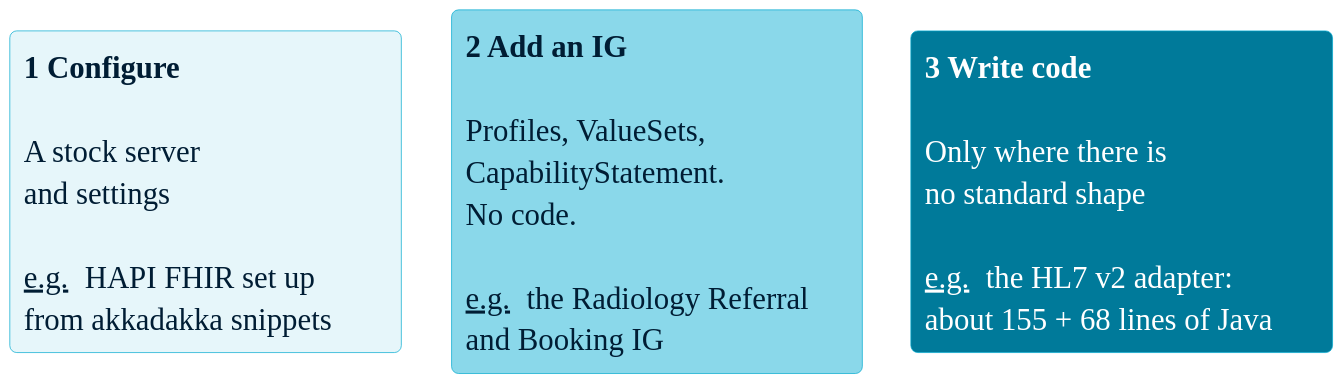
This is 2026-10-29/2-FHIR-For-Services/slides/diagrams/effort-levels.svg from aehrc/qh-connectathon, a PlantUML export, as it was before one commit.
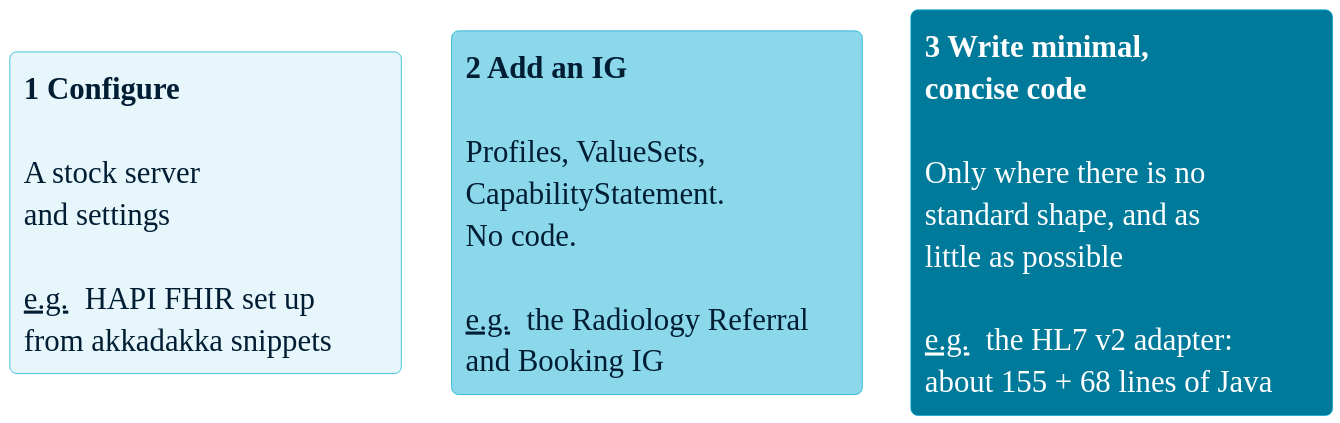
After the change.

Commit message:
slides: level 3 is 'Write minimal, concise code'

Diff of the diagram source:
```diff
@@ -4,7 +4,7 @@
 
 rectangle "**1  Configure**\n\nA stock server\nand settings\n\n__e.g.__ HAPI FHIR set up\nfrom akkadakka snippets" as K1 #$L1
 rectangle "**2  Add an IG**\n\nProfiles, ValueSets,\nCapabilityStatement.\nNo code.\n\n__e.g.__ the Radiology Referral\nand Booking IG" as K2 #$L2
-rectangle "<color:white>**3  Write code**</color>\n\n<color:white>Only where there is</color>\n<color:white>no standard shape</color>\n\n<color:white>__e.g.__ the HL7 v2 adapter:</color>\n<color:white>about 155 + 68 lines of Java</color>" as K3 #$L3
+rectangle "<color:white>**3  Write minimal,**</color>\n<color:white>**concise code**</color>\n\n<color:white>Only where there is no</color>\n<color:white>standard shape, and as</color>\n<color:white>little as possible</color>\n\n<color:white>__e.g.__ the HL7 v2 adapter:</color>\n<color:white>about 155 + 68 lines of Java</color>" as K3 #$L3
 K1 -[hidden]right- K2
 K2 -[hidden]right- K3
 @enduml
```
